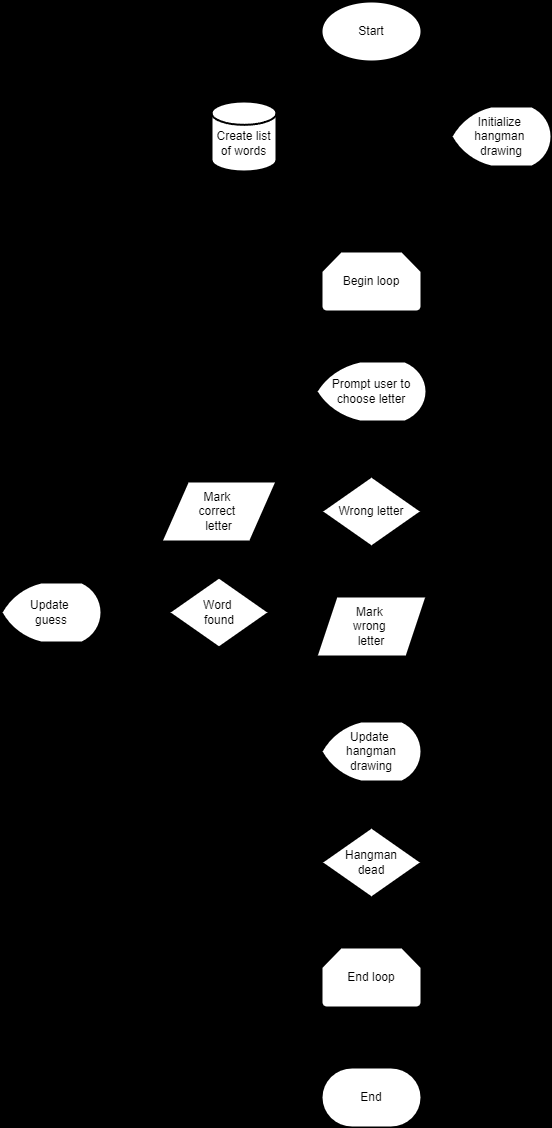
ShahinKhalkhali/Python-Training keeps this draw.io diagram as Flowcharts/hangman.drawio.png. Above is the earlier version. Source tidied: cells renumbered, new cells last; positions are measured from the earlier drawing's top-left corner, leaving out a move shared by most shapes.
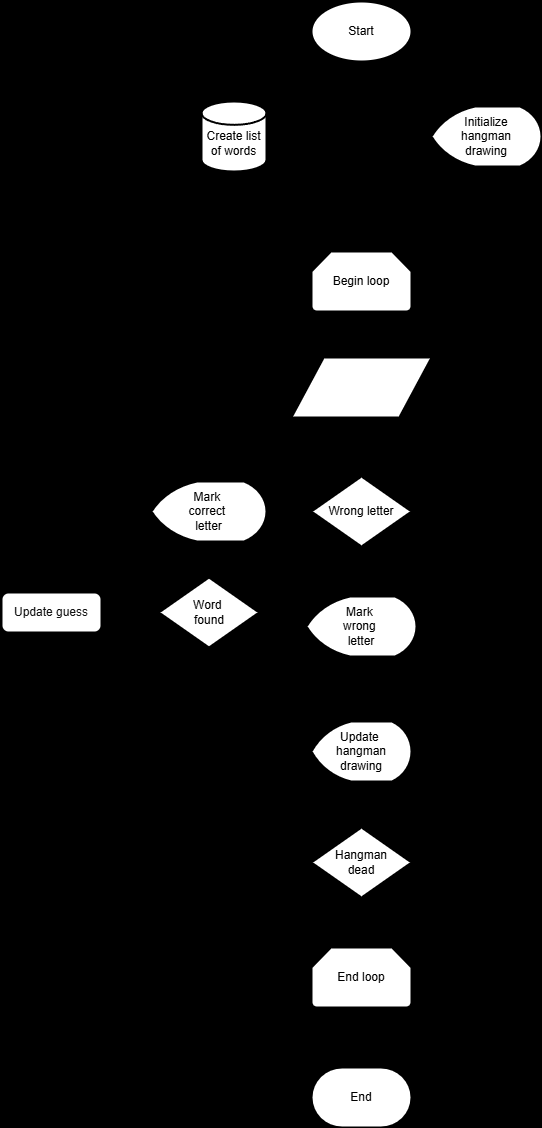
After the commit.

The edit, as a diff of the source:
```diff
@@ -5,7 +5,7 @@
     <mxCell id="2" style="edgeStyle=orthogonalEdgeStyle;html=1;strokeColor=light-dark(#000000,#FFFFFF);" parent="1" edge="1" source="4" target="6">
       <mxGeometry relative="1" as="geometry" />
     </mxCell>
-    <mxCell id="3" style="edgeStyle=orthogonalEdgeStyle;html=1;strokeColor=light-dark(#000000,#FFFFFF);" parent="1" edge="1" source="4" target="17">
+    <mxCell id="3" style="edgeStyle=orthogonalEdgeStyle;html=1;strokeColor=light-dark(#000000,#FFFFFF);entryX=0.573;entryY=-0.05;entryDx=0;entryDy=0;entryPerimeter=0;" parent="1" edge="1" source="4" target="17">
       <mxGeometry relative="1" as="geometry" />
     </mxCell>
     <mxCell id="4" value="Start" style="strokeWidth=2;html=1;shape=mxgraph.flowchart.start_1;whiteSpace=wrap;strokeColor=light-dark(#000000,#FFFFFF);" parent="1" vertex="1">
@@ -22,44 +22,38 @@
     <mxCell id="6" value="&lt;div&gt;&lt;br&gt;&lt;/div&gt;Create list of words" style="strokeWidth=2;html=1;shape=mxgraph.flowchart.database;whiteSpace=wrap;strokeColor=light-dark(#000000,#FFFFFF);" parent="1" vertex="1">
       <mxGeometry x="210" y="100" width="65" height="70" as="geometry" />
     </mxCell>
-    <mxCell id="7" style="edgeStyle=none;html=1;strokeColor=light-dark(#000000,#FFFFFF);" parent="1" edge="1" source="8" target="11">
+    <mxCell id="7" style="edgeStyle=none;html=1;strokeColor=light-dark(#000000,#FFFFFF);exitX=0.5;exitY=1;exitDx=0;exitDy=0;" parent="1" edge="1" source="8" target="11">
       <mxGeometry relative="1" as="geometry" />
     </mxCell>
-    <mxCell id="8" value="Prompt user to choose letter" style="strokeWidth=2;html=1;shape=mxgraph.flowchart.display;whiteSpace=wrap;strokeColor=light-dark(#000000,#FFFFFF);" parent="1" vertex="1">
-      <mxGeometry x="315" y="360" width="110" height="60" as="geometry" />
-    </mxCell>
     <mxCell id="9" style="edgeStyle=none;html=1;strokeColor=light-dark(#000000,#FFFFFF);" parent="1" edge="1" source="11" target="12">
       <mxGeometry relative="1" as="geometry" />
     </mxCell>
-    <mxCell id="10" style="edgeStyle=none;html=1;strokeColor=light-dark(#000000,#FFFFFF);" parent="1" edge="1" source="11" target="15">
+    <mxCell id="10" style="edgeStyle=none;html=1;strokeColor=light-dark(#000000,#FFFFFF);entryX=1;entryY=0.5;entryDx=0;entryDy=0;entryPerimeter=0;" parent="1" edge="1" source="11" target="15">
       <mxGeometry relative="1" as="geometry" />
     </mxCell>
     <mxCell id="11" value="Wrong letter" style="strokeWidth=2;html=1;shape=mxgraph.flowchart.decision;whiteSpace=wrap;strokeColor=light-dark(#000000,#FFFFFF);" parent="1" vertex="1">
       <mxGeometry x="320" y="475" width="100" height="70" as="geometry" />
     </mxCell>
-    <mxCell id="12" value="&lt;font style=&quot;color: light-dark(rgb(0, 0, 0), rgb(255, 255, 255));&quot;&gt;Mark&amp;nbsp;&lt;/font&gt;&lt;div&gt;&lt;font style=&quot;color: light-dark(rgb(0, 0, 0), rgb(255, 255, 255));&quot;&gt;wrong&amp;nbsp;&lt;/font&gt;&lt;/div&gt;&lt;div&gt;&lt;font style=&quot;color: light-dark(rgb(0, 0, 0), rgb(255, 255, 255));&quot;&gt;letter&lt;/font&gt;&lt;/div&gt;" style="shape=parallelogram;perimeter=parallelogramPerimeter;whiteSpace=wrap;html=1;fixedSize=1;strokeWidth=2;arcSize=12;rounded=0;strokeColor=light-dark(#000000,#FFFFFF);" parent="1" vertex="1">
+    <mxCell id="12" value="&lt;font style=&quot;color: light-dark(rgb(0, 0, 0), rgb(255, 255, 255));&quot;&gt;Mark&amp;nbsp;&lt;/font&gt;&lt;div&gt;&lt;font style=&quot;color: light-dark(rgb(0, 0, 0), rgb(255, 255, 255));&quot;&gt;wrong&amp;nbsp;&lt;/font&gt;&lt;/div&gt;&lt;div&gt;&lt;font style=&quot;color: light-dark(rgb(0, 0, 0), rgb(255, 255, 255));&quot;&gt;letter&lt;/font&gt;&lt;/div&gt;" style="shape=mxgraph.flowchart.display;perimeter=parallelogramPerimeter;whiteSpace=wrap;html=1;fixedSize=1;strokeWidth=2;arcSize=12;rounded=0;strokeColor=light-dark(#000000,#FFFFFF);" parent="1" vertex="1">
       <mxGeometry x="315" y="595" width="110" height="60" as="geometry" />
     </mxCell>
-    <mxCell id="13" style="edgeStyle=none;html=1;strokeColor=light-dark(#000000,#FFFFFF);" parent="1" edge="1" source="14" target="8">
+    <mxCell id="13" style="edgeStyle=none;html=1;strokeColor=light-dark(#000000,#FFFFFF);entryX=0.5;entryY=0;entryDx=0;entryDy=0;" parent="1" edge="1" source="14" target="8">
       <mxGeometry relative="1" as="geometry" />
     </mxCell>
     <mxCell id="14" value="Begin loop" style="strokeWidth=2;html=1;shape=mxgraph.flowchart.loop_limit;whiteSpace=wrap;strokeColor=light-dark(#000000,#FFFFFF);" parent="1" vertex="1">
       <mxGeometry x="320" y="250" width="100" height="60" as="geometry" />
     </mxCell>
-    <mxCell id="15" value="&lt;font style=&quot;color: light-dark(rgb(0, 0, 0), rgb(255, 255, 255));&quot;&gt;Mark&amp;nbsp;&lt;/font&gt;&lt;div&gt;&lt;span style=&quot;background-color: transparent;&quot;&gt;&lt;font style=&quot;color: light-dark(rgb(0, 0, 0), rgb(255, 255, 255));&quot;&gt;correct&amp;nbsp;&lt;/font&gt;&lt;/span&gt;&lt;div&gt;&lt;font style=&quot;color: light-dark(rgb(0, 0, 0), rgb(255, 255, 255));&quot;&gt;letter&lt;/font&gt;&lt;/div&gt;&lt;/div&gt;" style="shape=parallelogram;html=1;strokeWidth=2;perimeter=parallelogramPerimeter;whiteSpace=wrap;rounded=0;arcSize=12;size=0.23;strokeColor=light-dark(#000000,#FFFFFF);" parent="1" vertex="1">
+    <mxCell id="15" value="&lt;font style=&quot;color: light-dark(rgb(0, 0, 0), rgb(255, 255, 255));&quot;&gt;Mark&amp;nbsp;&lt;/font&gt;&lt;div&gt;&lt;span style=&quot;background-color: transparent;&quot;&gt;&lt;font style=&quot;color: light-dark(rgb(0, 0, 0), rgb(255, 255, 255));&quot;&gt;correct&amp;nbsp;&lt;/font&gt;&lt;/span&gt;&lt;div&gt;&lt;font style=&quot;color: light-dark(rgb(0, 0, 0), rgb(255, 255, 255));&quot;&gt;letter&lt;/font&gt;&lt;/div&gt;&lt;/div&gt;" style="shape=mxgraph.flowchart.display;html=1;strokeWidth=2;perimeter=parallelogramPerimeter;whiteSpace=wrap;rounded=0;arcSize=12;size=0.23;strokeColor=light-dark(#000000,#FFFFFF);" parent="1" vertex="1">
       <mxGeometry x="160" y="480" width="115" height="60" as="geometry" />
     </mxCell>
-    <mxCell id="16" style="edgeStyle=orthogonalEdgeStyle;html=1;strokeColor=light-dark(#000000,#FFFFFF);" parent="1" edge="1" source="17" target="14">
+    <mxCell id="16" style="edgeStyle=orthogonalEdgeStyle;html=1;strokeColor=light-dark(#000000,#FFFFFF);exitX=0.573;exitY=0.983;exitDx=0;exitDy=0;exitPerimeter=0;" parent="1" edge="1" source="17" target="14">
       <mxGeometry relative="1" as="geometry">
         <Array as="points">
-          <mxPoint x="500" y="220" />
+          <mxPoint x="503" y="220" />
           <mxPoint x="370" y="220" />
         </Array>
       </mxGeometry>
     </mxCell>
-    <mxCell id="17" value="&lt;font style=&quot;&quot;&gt;&lt;font style=&quot;&quot;&gt;&lt;font style=&quot;color: light-dark(rgb(0, 0, 0), rgb(255, 255, 255));&quot;&gt;Initialize&amp;nbsp;&lt;/font&gt;&lt;/font&gt;&lt;/font&gt;&lt;div&gt;&lt;font style=&quot;color: light-dark(rgb(0, 0, 0), rgb(255, 255, 255));&quot;&gt;&lt;span style=&quot;background-color: transparent;&quot;&gt;hangman&amp;nbsp;&lt;/span&gt;&lt;/font&gt;&lt;/div&gt;&lt;div&gt;&lt;span style=&quot;background-color: transparent;&quot;&gt;&lt;font style=&quot;color: light-dark(rgb(0, 0, 0), rgb(255, 255, 255));&quot;&gt;drawing&lt;/font&gt;&lt;/span&gt;&lt;/div&gt;" style="strokeWidth=2;html=1;shape=mxgraph.flowchart.display;whiteSpace=wrap;strokeColor=light-dark(#000000,#FFFFFF);" parent="1" vertex="1">
-      <mxGeometry x="450" y="105" width="100" height="60" as="geometry" />
-    </mxCell>
     <mxCell id="18" value="Update&amp;nbsp;&lt;br&gt;hangman&lt;br&gt;drawing" style="strokeWidth=2;html=1;shape=mxgraph.flowchart.display;whiteSpace=wrap;strokeColor=light-dark(#000000,#FFFFFF);" parent="1" vertex="1">
       <mxGeometry x="320" y="720" width="100" height="60" as="geometry" />
     </mxCell>
@@ -82,23 +76,23 @@
         </Array>
       </mxGeometry>
     </mxCell>
-    <mxCell id="24" style="edgeStyle=none;html=1;" parent="1" edge="1" source="25" target="32">
+    <mxCell id="24" style="edgeStyle=none;html=1;entryX=1;entryY=0.5;entryDx=0;entryDy=0;" parent="1" edge="1" source="25" target="32">
       <mxGeometry relative="1" as="geometry" />
     </mxCell>
     <mxCell id="25" value="&lt;font style=&quot;color: light-dark(rgb(0, 0, 0), rgb(255, 255, 255));&quot;&gt;Word&amp;nbsp;&lt;/font&gt;&lt;div&gt;&lt;font style=&quot;color: light-dark(rgb(0, 0, 0), rgb(255, 255, 255));&quot;&gt;found&lt;/font&gt;&lt;/div&gt;" style="strokeWidth=2;html=1;shape=mxgraph.flowchart.decision;whiteSpace=wrap;strokeColor=light-dark(#000000,#FFFFFF);" parent="1" vertex="1">
       <mxGeometry x="167.5" y="576" width="100" height="70" as="geometry" />
     </mxCell>
-    <mxCell id="26" style="edgeStyle=none;html=1;entryX=0.5;entryY=0;entryDx=0;entryDy=0;entryPerimeter=0;" parent="1" edge="1" source="15" target="25">
+    <mxCell id="26" style="edgeStyle=none;html=1;entryX=0.5;entryY=0;entryDx=0;entryDy=0;entryPerimeter=0;exitX=0.5;exitY=1;exitDx=0;exitDy=0;exitPerimeter=0;" parent="1" edge="1" source="15" target="25">
       <mxGeometry relative="1" as="geometry" />
     </mxCell>
     <mxCell id="27" style="edgeStyle=none;html=1;" parent="1" edge="1" source="29" target="20">
       <mxGeometry relative="1" as="geometry" />
     </mxCell>
-    <mxCell id="28" style="edgeStyle=orthogonalEdgeStyle;html=1;" parent="1" edge="1" source="29" target="8">
+    <mxCell id="28" style="edgeStyle=orthogonalEdgeStyle;html=1;entryX=1;entryY=0.5;entryDx=0;entryDy=0;" parent="1" edge="1" source="29" target="8">
       <mxGeometry relative="1" as="geometry">
         <Array as="points">
           <mxPoint x="520" y="861" />
-          <mxPoint x="520" y="390" />
+          <mxPoint x="520" y="386" />
         </Array>
       </mxGeometry>
     </mxCell>
@@ -108,15 +102,21 @@
     <mxCell id="30" style="edgeStyle=none;html=1;entryX=0.5;entryY=0;entryDx=0;entryDy=0;entryPerimeter=0;" parent="1" edge="1" source="18" target="29">
       <mxGeometry relative="1" as="geometry" />
     </mxCell>
-    <mxCell id="31" style="edgeStyle=orthogonalEdgeStyle;html=1;" parent="1" edge="1" source="32" target="8">
+    <mxCell id="31" style="edgeStyle=orthogonalEdgeStyle;html=1;entryX=0;entryY=0.5;entryDx=0;entryDy=0;exitX=0.5;exitY=0;exitDx=0;exitDy=0;" parent="1" edge="1" source="32" target="8">
       <mxGeometry relative="1" as="geometry">
         <Array as="points">
-          <mxPoint x="50" y="390" />
+          <mxPoint x="60" y="386" />
         </Array>
       </mxGeometry>
     </mxCell>
+    <mxCell id="8" value="&lt;span style=&quot;color: rgb(255, 255, 255);&quot;&gt;&lt;font color=&quot;rgba(0, 0, 0, 0)&quot;&gt;Prompt user to&lt;/font&gt;&lt;/span&gt;&lt;div&gt;&lt;span style=&quot;color: rgb(255, 255, 255);&quot;&gt;&lt;font color=&quot;rgba(0, 0, 0, 0)&quot;&gt;&amp;nbsp;choose letter&lt;/font&gt;&lt;/span&gt;&lt;/div&gt;" style="shape=parallelogram;html=1;strokeWidth=2;perimeter=parallelogramPerimeter;whiteSpace=wrap;rounded=1;arcSize=0;size=0.23;" parent="1" vertex="1">
+      <mxGeometry x="300" y="356" width="140" height="60" as="geometry" />
+    </mxCell>
-    <mxCell id="32" value="Update&amp;nbsp;&lt;br&gt;guess" style="strokeWidth=2;html=1;shape=mxgraph.flowchart.display;whiteSpace=wrap;strokeColor=light-dark(#000000,#FFFFFF);" parent="1" vertex="1">
-      <mxGeometry y="581" width="100" height="60" as="geometry" />
+    <mxCell id="32" value="&lt;font color=&quot;#121212&quot;&gt;Update guess&lt;/font&gt;" style="rounded=1;whiteSpace=wrap;html=1;absoluteArcSize=1;arcSize=14;strokeWidth=2;" parent="1" vertex="1">
+      <mxGeometry x="10" y="591" width="100" height="40" as="geometry" />
     </mxCell>
+    <mxCell id="17" value="Initialize &lt;br&gt;hangman &lt;br&gt;drawing" style="shape=mxgraph.flowchart.display;perimeter=parallelogramPerimeter;whiteSpace=wrap;html=1;fixedSize=1;strokeWidth=2;arcSize=12;rounded=0;strokeColor=light-dark(#000000,#FFFFFF);" parent="1" vertex="1">
+      <mxGeometry x="440" y="105" width="110" height="60" as="geometry" />
+    </mxCell>
   </root>
 </mxGraphModel>
```
